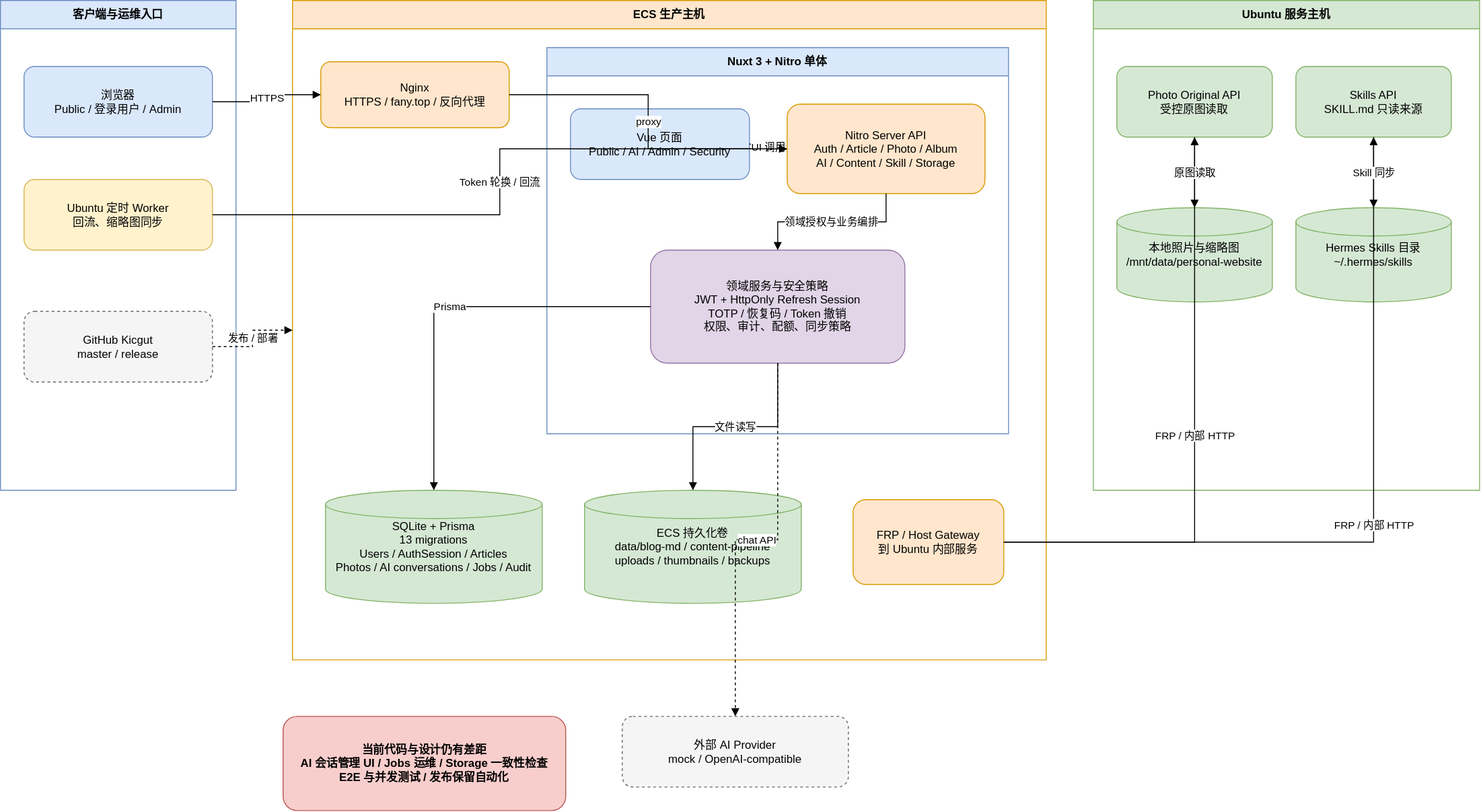
Kicgut/FanY-site keeps this draw.io diagram as architecture-audit/current-as-is.svg. Above is the earlier version. Source tidied: cells renumbered, new cells last; positions are measured from the earlier drawing's top-left corner, leaving out a move shared by most shapes. Source of this version:
```xml
<mxGraphModel>
  <root>
    <mxCell id="0" />
    <mxCell id="1" parent="0" />
    <mxCell id="2" value="客户端与运维入口" style="swimlane;startSize=30;whiteSpace=wrap;html=1;fillColor=#dae8fc;strokeColor=#6c8ebf;fontStyle=1;" parent="1" vertex="1">
      <mxGeometry width="250" height="520" as="geometry" />
    </mxCell>
    <mxCell id="3" value="浏览器&#10;Public / 登录用户 / Admin" style="rounded=1;whiteSpace=wrap;html=1;fillColor=#dae8fc;strokeColor=#6c8ebf;" parent="2" vertex="1">
      <mxGeometry x="25" y="70" width="200" height="75" as="geometry" />
    </mxCell>
    <mxCell id="4" value="Ubuntu 定时 Worker&#10;回流、缩略图同步" style="rounded=1;whiteSpace=wrap;html=1;fillColor=#fff2cc;strokeColor=#d6b656;" parent="2" vertex="1">
      <mxGeometry x="25" y="190" width="200" height="75" as="geometry" />
    </mxCell>
    <mxCell id="5" value="GitHub Kicgut&#10;master / release" style="rounded=1;whiteSpace=wrap;html=1;fillColor=#f5f5f5;strokeColor=#666666;dashed=1;" parent="2" vertex="1">
      <mxGeometry x="25" y="330" width="200" height="75" as="geometry" />
    </mxCell>
    <mxCell id="6" value="ECS 生产主机" style="swimlane;startSize=30;whiteSpace=wrap;html=1;fillColor=#ffe6cc;strokeColor=#d79b00;fontStyle=1;" parent="1" vertex="1">
      <mxGeometry x="310" width="800" height="700" as="geometry" />
    </mxCell>
    <mxCell id="7" value="Nginx&#10;HTTPS / fany.top / 反向代理" style="rounded=1;whiteSpace=wrap;html=1;fillColor=#ffe6cc;strokeColor=#d79b00;" parent="6" vertex="1">
      <mxGeometry x="30" y="65" width="200" height="70" as="geometry" />
    </mxCell>
    <mxCell id="8" value="Nuxt 3 + Nitro 单体" style="swimlane;startSize=30;whiteSpace=wrap;html=1;fillColor=#dae8fc;strokeColor=#6c8ebf;fontStyle=1;" parent="6" vertex="1">
      <mxGeometry x="270" y="50" width="490" height="410" as="geometry" />
    </mxCell>
    <mxCell id="9" value="Vue 页面&#10;Public / AI / Admin / Security" style="rounded=1;whiteSpace=wrap;html=1;fillColor=#dae8fc;strokeColor=#6c8ebf;" parent="8" vertex="1">
      <mxGeometry x="25" y="65" width="190" height="75" as="geometry" />
    </mxCell>
    <mxCell id="10" value="Nitro Server API&#10;Auth / Article / Photo / Album&#10;AI / Content / Skill / Storage" style="rounded=1;whiteSpace=wrap;html=1;fillColor=#ffe6cc;strokeColor=#d79b00;" parent="8" vertex="1">
      <mxGeometry x="255" y="60" width="210" height="95" as="geometry" />
    </mxCell>
    <mxCell id="11" value="领域服务与安全策略&#10;JWT + HttpOnly Refresh Session&#10;TOTP / 恢复码 / Token 撤销&#10;权限、审计、配额、同步策略" style="rounded=1;whiteSpace=wrap;html=1;fillColor=#e1d5e7;strokeColor=#9673a6;" parent="8" vertex="1">
      <mxGeometry x="110" y="215" width="270" height="120" as="geometry" />
    </mxCell>
    <mxCell id="12" value="SQLite + Prisma&#10;13 migrations&#10;Users / AuthSession / Articles&#10;Photos / AI conversations / Jobs / Audit" style="shape=cylinder3;whiteSpace=wrap;html=1;fillColor=#d5e8d4;strokeColor=#82b366;" parent="6" vertex="1">
      <mxGeometry x="35" y="520" width="230" height="120" as="geometry" />
    </mxCell>
    <mxCell id="13" value="ECS 持久化卷&#10;data/blog-md / content-pipeline&#10;uploads / thumbnails / backups" style="shape=cylinder3;whiteSpace=wrap;html=1;fillColor=#d5e8d4;strokeColor=#82b366;" parent="6" vertex="1">
      <mxGeometry x="310" y="520" width="230" height="120" as="geometry" />
    </mxCell>
    <mxCell id="14" value="FRP / Host Gateway&#10;到 Ubuntu 内部服务" style="rounded=1;whiteSpace=wrap;html=1;fillColor=#ffe6cc;strokeColor=#d79b00;" parent="6" vertex="1">
      <mxGeometry x="595" y="530" width="160" height="90" as="geometry" />
    </mxCell>
    <mxCell id="15" value="Ubuntu 服务主机" style="swimlane;startSize=30;whiteSpace=wrap;html=1;fillColor=#d5e8d4;strokeColor=#82b366;fontStyle=1;" parent="1" vertex="1">
      <mxGeometry x="1160" width="410" height="520" as="geometry" />
    </mxCell>
    <mxCell id="16" value="Photo Original API&#10;受控原图读取" style="rounded=1;whiteSpace=wrap;html=1;fillColor=#d5e8d4;strokeColor=#82b366;" parent="15" vertex="1">
      <mxGeometry x="25" y="70" width="165" height="75" as="geometry" />
    </mxCell>
    <mxCell id="17" value="Skills API&#10;SKILL.md 只读来源" style="rounded=1;whiteSpace=wrap;html=1;fillColor=#d5e8d4;strokeColor=#82b366;" parent="15" vertex="1">
      <mxGeometry x="215" y="70" width="165" height="75" as="geometry" />
    </mxCell>
    <mxCell id="18" value="本地照片与缩略图&#10;/mnt/data/personal-website" style="shape=cylinder3;whiteSpace=wrap;html=1;fillColor=#d5e8d4;strokeColor=#82b366;" parent="15" vertex="1">
      <mxGeometry x="25" y="220" width="165" height="100" as="geometry" />
    </mxCell>
    <mxCell id="19" value="Hermes Skills 目录&#10;~/.hermes/skills" style="shape=cylinder3;whiteSpace=wrap;html=1;fillColor=#d5e8d4;strokeColor=#82b366;" parent="15" vertex="1">
      <mxGeometry x="215" y="220" width="165" height="100" as="geometry" />
    </mxCell>
    <mxCell id="20" value="外部 AI Provider&#10;mock / OpenAI-compatible" style="rounded=1;whiteSpace=wrap;html=1;fillColor=#f5f5f5;strokeColor=#666666;dashed=1;" parent="1" vertex="1">
      <mxGeometry x="660" y="760" width="240" height="75" as="geometry" />
    </mxCell>
    <mxCell id="21" value="当前代码与设计仍有差距&#10;AI 会话管理 UI / Jobs 运维 / Storage 一致性检查&#10;E2E 与并发测试 / 发布保留自动化" style="rounded=1;whiteSpace=wrap;html=1;fillColor=#f8cecc;strokeColor=#b85450;fontStyle=1;" parent="1" vertex="1">
      <mxGeometry x="300" y="760" width="300" height="100" as="geometry" />
    </mxCell>
    <mxCell id="22" value="HTTPS" style="edgeStyle=orthogonalEdgeStyle;rounded=0;html=1;endArrow=block;" parent="1" edge="1" source="3" target="7">
      <mxGeometry relative="1" as="geometry" />
    </mxCell>
    <mxCell id="23" value="proxy" style="edgeStyle=orthogonalEdgeStyle;rounded=0;html=1;endArrow=block;" parent="1" edge="1" source="7" target="10">
      <mxGeometry relative="1" as="geometry" />
    </mxCell>
    <mxCell id="24" value="UI 调用" style="edgeStyle=orthogonalEdgeStyle;rounded=0;html=1;endArrow=block;" parent="1" edge="1" source="9" target="10">
      <mxGeometry relative="1" as="geometry" />
    </mxCell>
    <mxCell id="25" value="领域授权与业务编排" style="edgeStyle=orthogonalEdgeStyle;rounded=0;html=1;endArrow=block;" parent="1" edge="1" source="10" target="11">
      <mxGeometry relative="1" as="geometry" />
    </mxCell>
    <mxCell id="26" value="Prisma" style="edgeStyle=orthogonalEdgeStyle;rounded=0;html=1;endArrow=block;" parent="1" edge="1" source="11" target="12">
      <mxGeometry relative="1" as="geometry" />
    </mxCell>
    <mxCell id="27" value="文件读写" style="edgeStyle=orthogonalEdgeStyle;rounded=0;html=1;endArrow=block;" parent="1" edge="1" source="11" target="13">
      <mxGeometry relative="1" as="geometry" />
    </mxCell>
    <mxCell id="28" value="FRP / 内部 HTTP" style="edgeStyle=orthogonalEdgeStyle;rounded=0;html=1;endArrow=block;" parent="1" edge="1" source="14" target="16">
      <mxGeometry relative="1" as="geometry" />
    </mxCell>
    <mxCell id="29" value="FRP / 内部 HTTP" style="edgeStyle=orthogonalEdgeStyle;rounded=0;html=1;endArrow=block;" parent="1" edge="1" source="14" target="17">
      <mxGeometry relative="1" as="geometry" />
    </mxCell>
    <mxCell id="30" value="原图读取" style="edgeStyle=orthogonalEdgeStyle;rounded=0;html=1;endArrow=block;" parent="1" edge="1" source="16" target="18">
      <mxGeometry relative="1" as="geometry" />
    </mxCell>
    <mxCell id="31" value="Skill 同步" style="edgeStyle=orthogonalEdgeStyle;rounded=0;html=1;endArrow=block;" parent="1" edge="1" source="17" target="19">
      <mxGeometry relative="1" as="geometry" />
    </mxCell>
    <mxCell id="32" value="Token 轮换 / 回流" style="edgeStyle=orthogonalEdgeStyle;rounded=0;html=1;endArrow=block;" parent="1" edge="1" source="4" target="10">
      <mxGeometry relative="1" as="geometry" />
    </mxCell>
    <mxCell id="33" value="chat API" style="edgeStyle=orthogonalEdgeStyle;rounded=0;html=1;endArrow=block;dashed=1;" parent="1" edge="1" source="11" target="20">
      <mxGeometry relative="1" as="geometry" />
    </mxCell>
    <mxCell id="34" value="发布 / 部署" style="edgeStyle=orthogonalEdgeStyle;rounded=0;html=1;endArrow=block;dashed=1;" parent="1" edge="1" source="5" target="6">
      <mxGeometry relative="1" as="geometry" />
    </mxCell>
  </root>
</mxGraphModel>
```
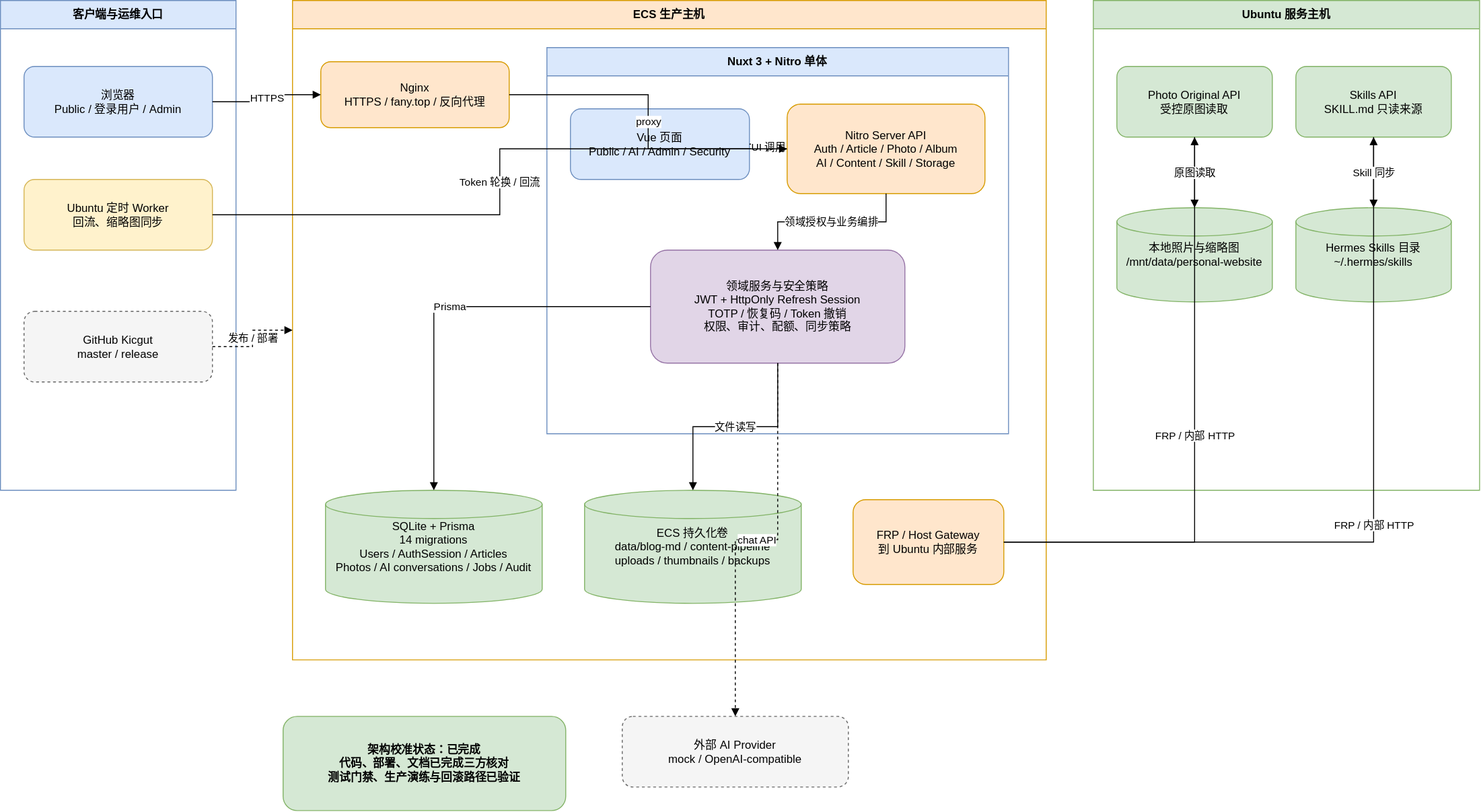
The same diagram one commit later.

Commit message:
docs: finalize architecture audit diagram

What changed in the source:
```diff
@@ -32,7 +32,7 @@
     <mxCell id="11" value="领域服务与安全策略&#10;JWT + HttpOnly Refresh Session&#10;TOTP / 恢复码 / Token 撤销&#10;权限、审计、配额、同步策略" style="rounded=1;whiteSpace=wrap;html=1;fillColor=#e1d5e7;strokeColor=#9673a6;" parent="8" vertex="1">
       <mxGeometry x="110" y="215" width="270" height="120" as="geometry" />
     </mxCell>
-    <mxCell id="12" value="SQLite + Prisma&#10;13 migrations&#10;Users / AuthSession / Articles&#10;Photos / AI conversations / Jobs / Audit" style="shape=cylinder3;whiteSpace=wrap;html=1;fillColor=#d5e8d4;strokeColor=#82b366;" parent="6" vertex="1">
+    <mxCell id="12" value="SQLite + Prisma&#10;14 migrations&#10;Users / AuthSession / Articles&#10;Photos / AI conversations / Jobs / Audit" style="shape=cylinder3;whiteSpace=wrap;html=1;fillColor=#d5e8d4;strokeColor=#82b366;" parent="6" vertex="1">
       <mxGeometry x="35" y="520" width="230" height="120" as="geometry" />
     </mxCell>
     <mxCell id="13" value="ECS 持久化卷&#10;data/blog-md / content-pipeline&#10;uploads / thumbnails / backups" style="shape=cylinder3;whiteSpace=wrap;html=1;fillColor=#d5e8d4;strokeColor=#82b366;" parent="6" vertex="1">
@@ -59,7 +59,7 @@
     <mxCell id="20" value="外部 AI Provider&#10;mock / OpenAI-compatible" style="rounded=1;whiteSpace=wrap;html=1;fillColor=#f5f5f5;strokeColor=#666666;dashed=1;" parent="1" vertex="1">
       <mxGeometry x="660" y="760" width="240" height="75" as="geometry" />
     </mxCell>
-    <mxCell id="21" value="当前代码与设计仍有差距&#10;AI 会话管理 UI / Jobs 运维 / Storage 一致性检查&#10;E2E 与并发测试 / 发布保留自动化" style="rounded=1;whiteSpace=wrap;html=1;fillColor=#f8cecc;strokeColor=#b85450;fontStyle=1;" parent="1" vertex="1">
+    <mxCell id="21" value="架构校准状态：已完成&#10;代码、部署、文档已完成三方核对&#10;测试门禁、生产演练与回滚路径已验证" style="rounded=1;whiteSpace=wrap;html=1;fillColor=#d5e8d4;strokeColor=#82b366;fontStyle=1;" parent="1" vertex="1">
       <mxGeometry x="300" y="760" width="300" height="100" as="geometry" />
     </mxCell>
     <mxCell id="22" value="HTTPS" style="edgeStyle=orthogonalEdgeStyle;rounded=0;html=1;endArrow=block;" parent="1" edge="1" source="3" target="7">
```
